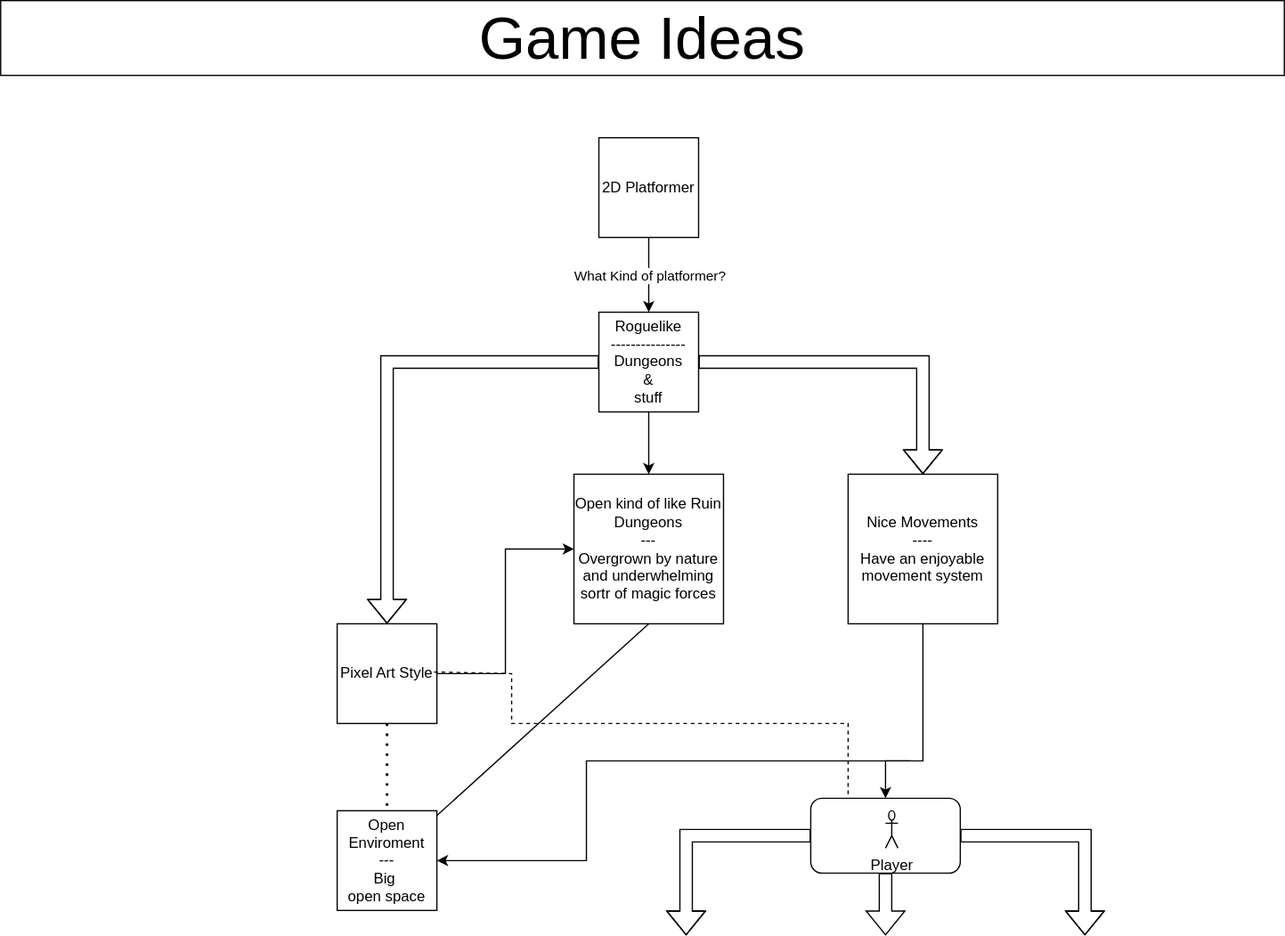
Above: Plans/2DGamePlanning.drawio.svg in UnknownRedFoxDev/2D-Game (draw.io), before the change. Source tidied: cells renumbered, new cells last; positions are measured from the earlier drawing's top-left corner, leaving out a move shared by most shapes.
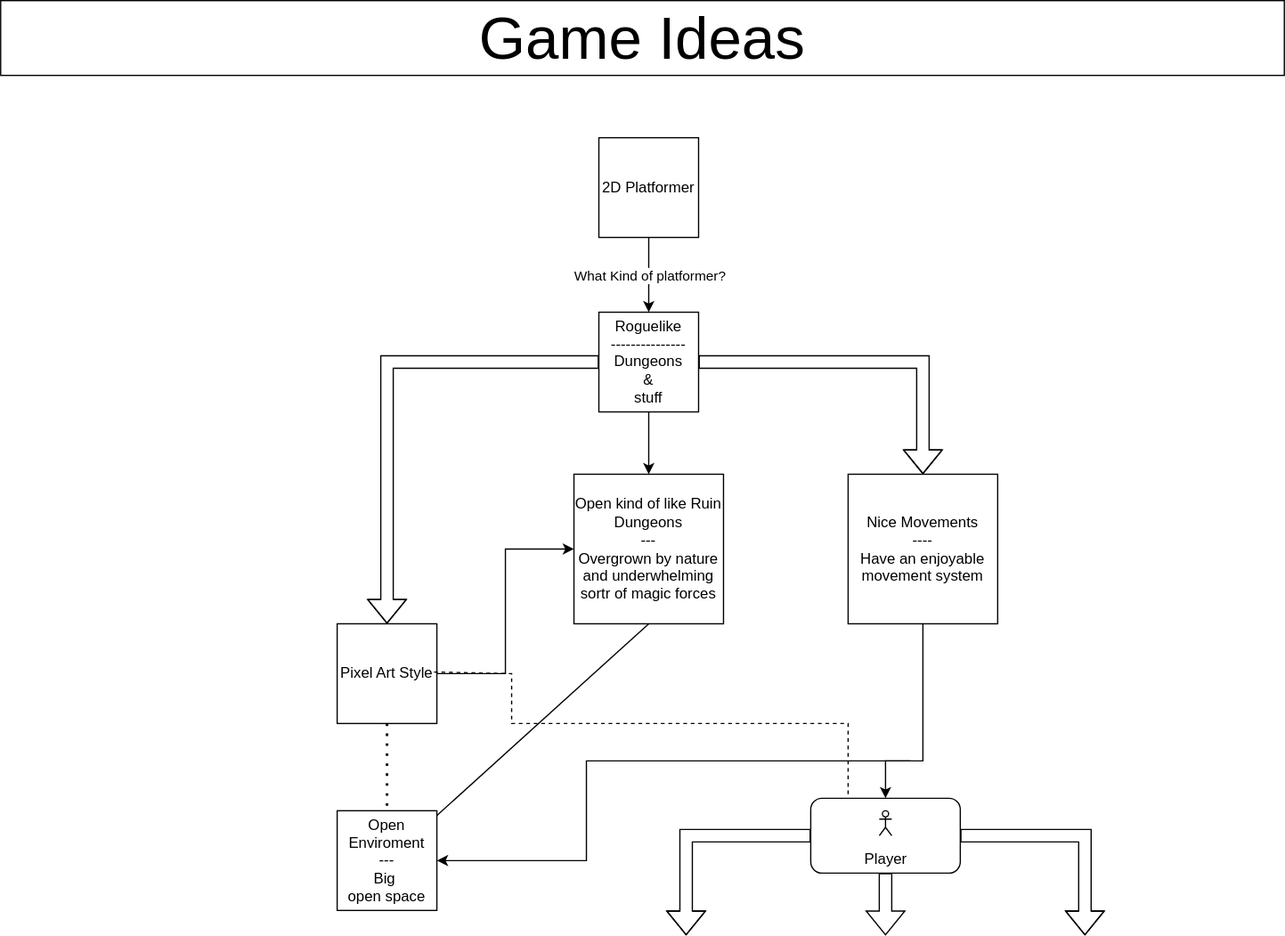
The same diagram one commit later.

What changed in the source:
```diff
@@ -119,8 +119,8 @@
     <mxCell id="27" style="rounded=1;whiteSpace=wrap;html=1;" parent="26" vertex="1">
       <mxGeometry width="120" height="60" as="geometry" />
     </mxCell>
-    <mxCell id="28" value="Player" style="shape=umlActor;verticalLabelPosition=bottom;verticalAlign=top;html=1;" parent="26" vertex="1">
-      <mxGeometry x="60" y="10" width="10" height="30" as="geometry" />
+    <mxCell id="28" value="&lt;p style=&quot;line-height: 0%;&quot;&gt;Player&lt;/p&gt;" style="shape=umlActor;verticalLabelPosition=bottom;verticalAlign=top;html=1;align=center;" parent="26" vertex="1">
+      <mxGeometry x="55" y="10" width="10" height="20" as="geometry" />
     </mxCell>
   </root>
 </mxGraphModel>
```
